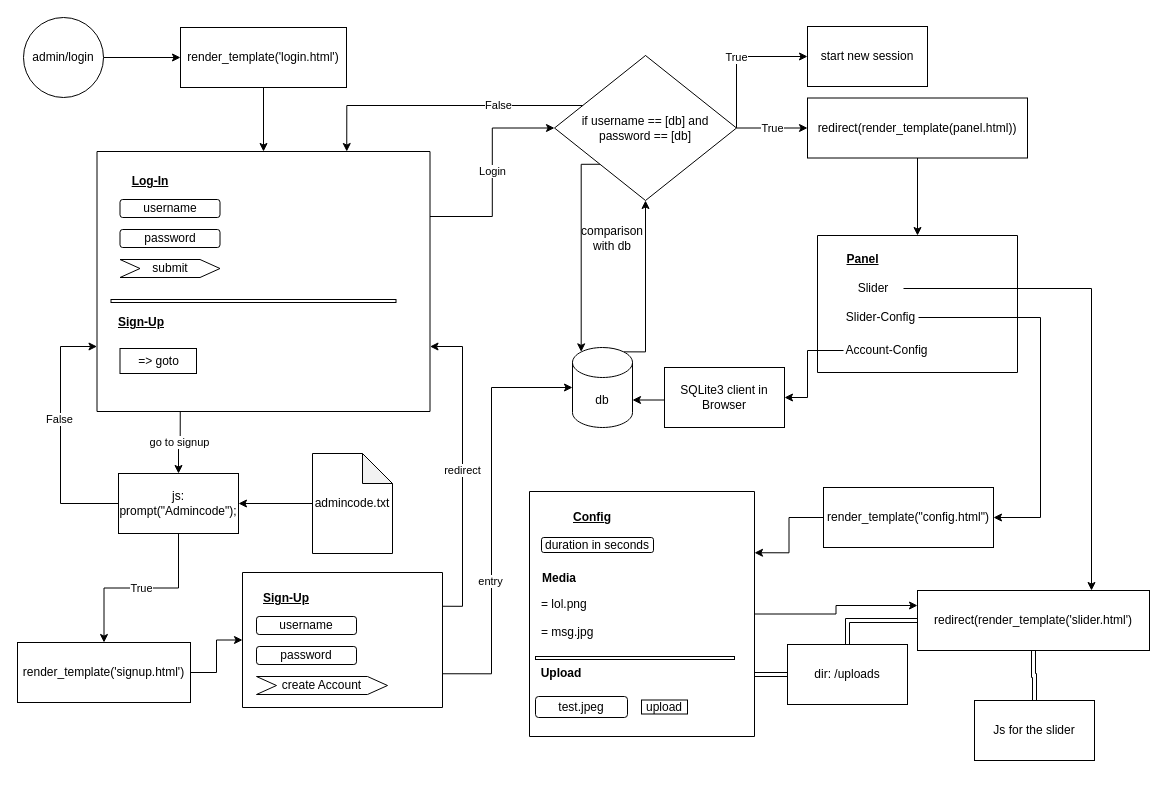
WFWisag/Lobbyfernseher-code keeps this draw.io diagram as page "full" (5 of 6) of plan_diagram.drawio. Above is the earlier version. Source tidied: cells renumbered, new cells numbered last; positions are measured from the earlier drawing's top-left corner, leaving out a move shared by most shapes. Both pictures are drawn from the tidied source at 100%, with x=0, y=0 at pixel (17, 17).
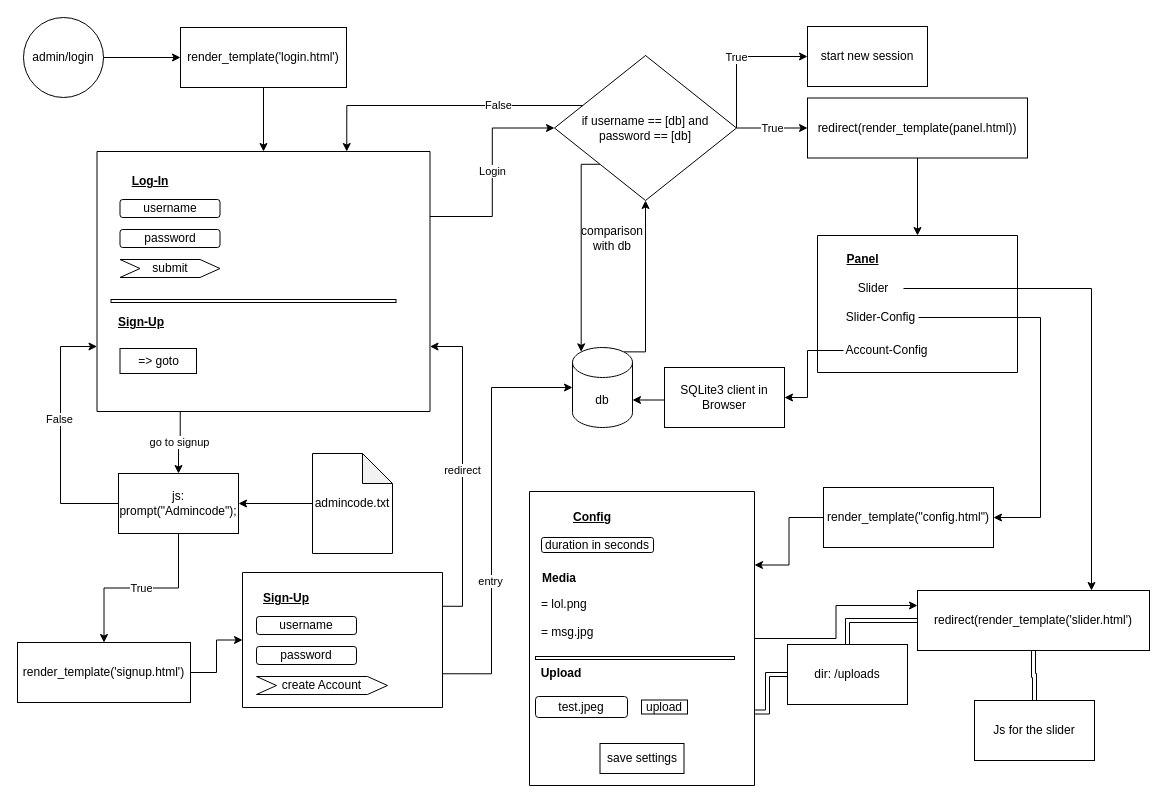
After the change.

Change to the diagram source:
```diff
@@
     <mxCell id="54" style="swimlane;startSize=0;" parent="1" vertex="1">
-      <mxGeometry x="512" y="474" width="225" height="245" as="geometry" />
+      <mxGeometry x="512" y="474" width="225" height="294" as="geometry" />
     </mxCell>
@@
+    <mxCell id="72" value="save settings" style="rounded=0;whiteSpace=wrap;html=1;" parent="54" vertex="1">
+      <mxGeometry x="70.5" y="252" width="84" height="30" as="geometry" />
+    </mxCell>
```
